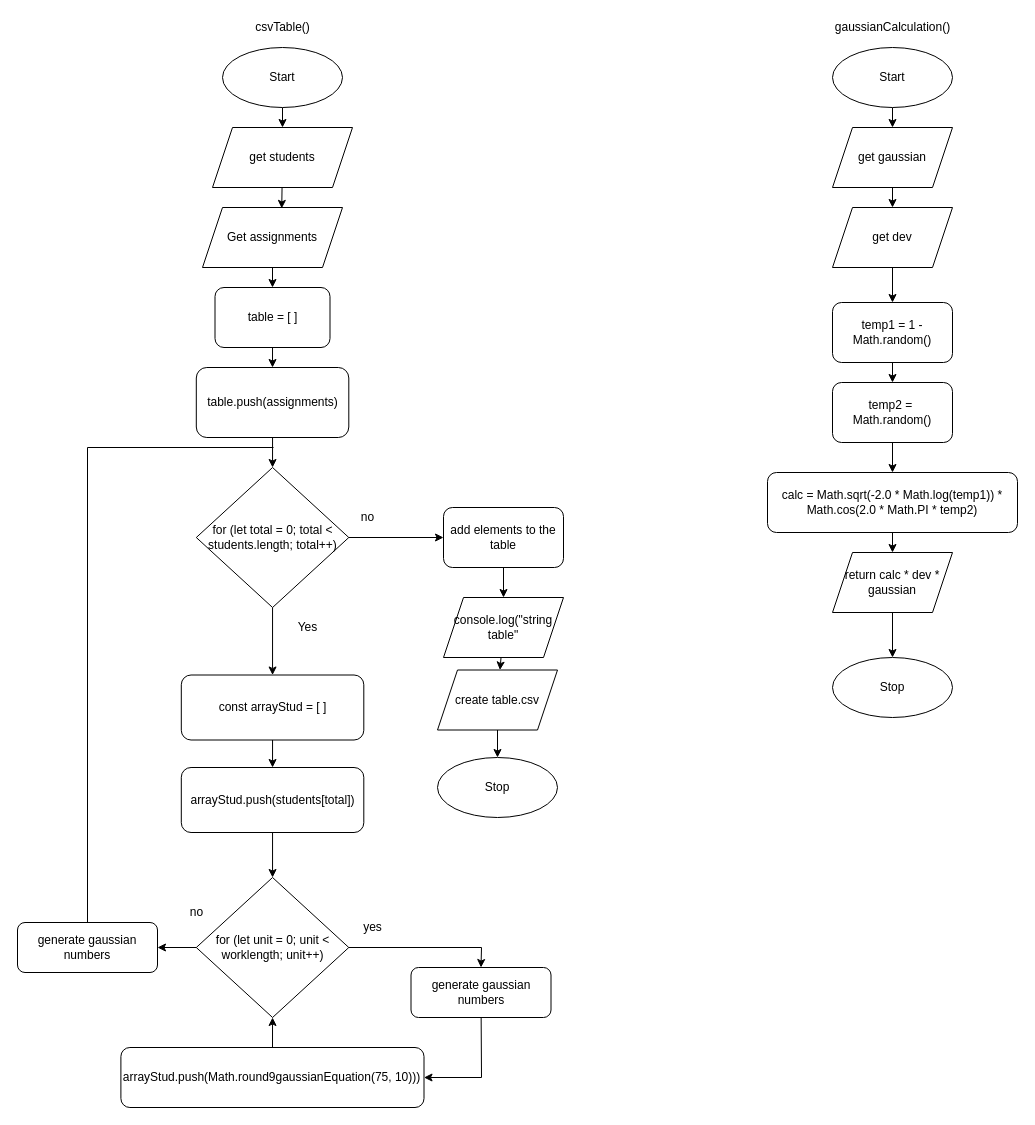
devin-jhu/ics4u-unit1-07-typescript keeps this draw.io diagram as flow.drawio. Above is the earlier version. Source tidied: cells renumbered, new cells numbered last; positions are measured from the earlier drawing's top-left corner, leaving out a move shared by most shapes. Both pictures are drawn from the tidied source at 100%, with x=0, y=0 at pixel (17, 17).
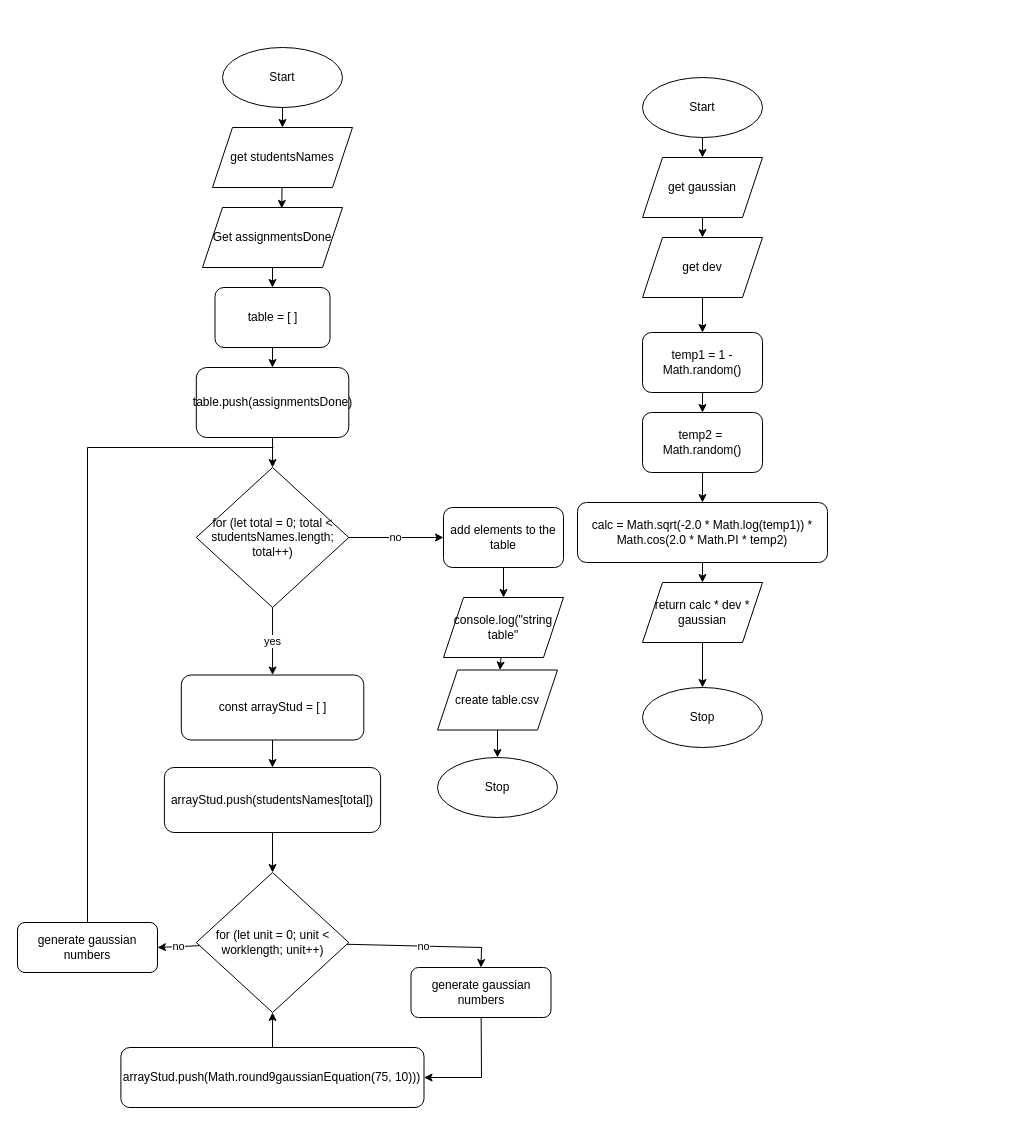
The same diagram, later.

Unchanged cells that the change refers to:
```xml
<mxCell id="16" value="const arrayStud = [ ]" style="rounded=1;whiteSpace=wrap;html=1;" parent="1" vertex="1">
  <mxGeometry x="163.8" y="657.5" width="182.5" height="65" as="geometry" />
</mxCell>
<mxCell id="44" value="generate gaussian numbers" style="rounded=1;whiteSpace=wrap;html=1;" parent="1" vertex="1">
  <mxGeometry x="393.5" y="950" width="140" height="50" as="geometry" />
</mxCell>
<mxCell id="46" value="add elements to the table" style="rounded=1;whiteSpace=wrap;html=1;" parent="1" vertex="1">
  <mxGeometry x="426" y="490" width="120" height="60" as="geometry" />
</mxCell>
<mxCell id="55" value="generate gaussian numbers" style="rounded=1;whiteSpace=wrap;html=1;" parent="1" vertex="1">
  <mxGeometry y="905" width="140" height="50" as="geometry" />
</mxCell>
```

The edit, as a diff of the source:
```diff
@@
-    <mxCell id="5" value="get students" style="shape=parallelogram;perimeter=parallelogramPerimeter;whiteSpace=wrap;html=1;fixedSize=1;" parent="1" vertex="1">
+    <mxCell id="5" value="get studentsNames" style="shape=parallelogram;perimeter=parallelogramPerimeter;whiteSpace=wrap;html=1;fixedSize=1;" parent="1" vertex="1">
       <mxGeometry x="195" y="110" width="140" height="60" as="geometry" />
     </mxCell>
@@
-    <mxCell id="7" value="Get assignments" style="shape=parallelogram;perimeter=parallelogramPerimeter;whiteSpace=wrap;html=1;fixedSize=1;" parent="1" vertex="1">
+    <mxCell id="7" value="Get assignmentsDone" style="shape=parallelogram;perimeter=parallelogramPerimeter;whiteSpace=wrap;html=1;fixedSize=1;" parent="1" vertex="1">
       <mxGeometry x="185" y="190" width="140" height="60" as="geometry" />
     </mxCell>
@@
-    <mxCell id="11" style="edgeStyle=none;html=1;entryX=0.5;entryY=0;entryDx=0;entryDy=0;" parent="1" edge="1" source="13" target="16">
+    <mxCell id="11" value="yes" style="edgeStyle=none;html=1;entryX=0.5;entryY=0;entryDx=0;entryDy=0;" parent="1" edge="1" source="13" target="16">
       <mxGeometry relative="1" as="geometry" />
     </mxCell>
-    <mxCell id="12" style="edgeStyle=none;rounded=0;html=1;" parent="1" edge="1" source="13" target="46">
+    <mxCell id="12" value="no" style="edgeStyle=none;rounded=0;html=1;" parent="1" edge="1" source="13" target="46">
       <mxGeometry relative="1" as="geometry" />
     </mxCell>
-    <mxCell id="13" value="for (let total = 0; total &amp;lt; students.length; total++)" style="rhombus;whiteSpace=wrap;html=1;" parent="1" vertex="1">
+    <mxCell id="13" value="for (let total = 0; total &amp;lt; studentsNames.length; total++)" style="rhombus;whiteSpace=wrap;html=1;" parent="1" vertex="1">
       <mxGeometry x="178.8" y="450" width="152.5" height="140" as="geometry" />
     </mxCell>
-    <mxCell id="14" value="Yes" style="text;html=1;align=center;verticalAlign=middle;strokeColor=none;fillColor=none;" parent="1" vertex="1">
-      <mxGeometry x="270" y="600" width="40" height="20" as="geometry" />
-    </mxCell>
@@
     <mxCell id="18" value="Start" style="ellipse;whiteSpace=wrap;html=1;" parent="1" vertex="1">
-      <mxGeometry x="815" y="30" width="120" height="60" as="geometry" />
+      <mxGeometry x="625" y="60" width="120" height="60" as="geometry" />
     </mxCell>
     <mxCell id="19" value="Stop" style="ellipse;whiteSpace=wrap;html=1;" parent="1" vertex="1">
-      <mxGeometry x="815" y="640" width="120" height="60" as="geometry" />
+      <mxGeometry x="625" y="670" width="120" height="60" as="geometry" />
     </mxCell>
@@
     <mxCell id="21" value="temp1 = 1 - Math.random()" style="rounded=1;whiteSpace=wrap;html=1;" parent="1" vertex="1">
-      <mxGeometry x="815" y="285" width="120" height="60" as="geometry" />
+      <mxGeometry x="625" y="315" width="120" height="60" as="geometry" />
     </mxCell>
@@
     <mxCell id="23" value="temp2 =&amp;nbsp; Math.random()" style="rounded=1;whiteSpace=wrap;html=1;" parent="1" vertex="1">
-      <mxGeometry x="815" y="365" width="120" height="60" as="geometry" />
+      <mxGeometry x="625" y="395" width="120" height="60" as="geometry" />
     </mxCell>
@@
     <mxCell id="25" value="calc = Math.sqrt(-2.0 * Math.log(temp1)) * Math.cos(2.0 * Math.PI * temp2)" style="rounded=1;whiteSpace=wrap;html=1;" parent="1" vertex="1">
-      <mxGeometry x="750" y="455" width="250" height="60" as="geometry" />
+      <mxGeometry x="560" y="485" width="250" height="60" as="geometry" />
     </mxCell>
@@
     <mxCell id="27" value="return calc * dev * gaussian" style="shape=parallelogram;perimeter=parallelogramPerimeter;whiteSpace=wrap;html=1;fixedSize=1;" parent="1" vertex="1">
-      <mxGeometry x="815" y="535" width="120" height="60" as="geometry" />
+      <mxGeometry x="625" y="565" width="120" height="60" as="geometry" />
     </mxCell>
@@
     <mxCell id="29" value="get gaussian" style="shape=parallelogram;perimeter=parallelogramPerimeter;whiteSpace=wrap;html=1;fixedSize=1;" parent="1" vertex="1">
-      <mxGeometry x="815" y="110" width="120" height="60" as="geometry" />
+      <mxGeometry x="625" y="140" width="120" height="60" as="geometry" />
     </mxCell>
@@
     <mxCell id="31" value="get dev" style="shape=parallelogram;perimeter=parallelogramPerimeter;whiteSpace=wrap;html=1;fixedSize=1;" parent="1" vertex="1">
-      <mxGeometry x="815" y="190" width="120" height="60" as="geometry" />
+      <mxGeometry x="625" y="220" width="120" height="60" as="geometry" />
     </mxCell>
@@
-    <mxCell id="33" value="table.push(assignments)" style="rounded=1;whiteSpace=wrap;html=1;" parent="1" vertex="1">
+    <mxCell id="33" value="table.push(assignmentsDone)" style="rounded=1;whiteSpace=wrap;html=1;" parent="1" vertex="1">
       <mxGeometry x="178.8" y="350" width="152.5" height="70" as="geometry" />
     </mxCell>
@@
-    <mxCell id="35" value="arrayStud.push(students[total])" style="rounded=1;whiteSpace=wrap;html=1;" parent="1" vertex="1">
-      <mxGeometry x="163.8" y="750" width="182.5" height="65" as="geometry" />
+    <mxCell id="35" value="arrayStud.push(studentsNames[total])" style="rounded=1;whiteSpace=wrap;html=1;" parent="1" vertex="1">
+      <mxGeometry x="146.9" y="750" width="216.2" height="65" as="geometry" />
     </mxCell>
-    <mxCell id="36" style="edgeStyle=none;html=1;entryX=0.5;entryY=0;entryDx=0;entryDy=0;rounded=0;" parent="1" edge="1" source="38" target="44">
+    <mxCell id="36" value="no" style="edgeStyle=none;html=1;entryX=0.5;entryY=0;entryDx=0;entryDy=0;rounded=0;" parent="1" edge="1" source="38" target="44">
       <mxGeometry relative="1" as="geometry">
         <Array as="points">
           <mxPoint x="464" y="930" />
         </Array>
       </mxGeometry>
     </mxCell>
-    <mxCell id="37" style="edgeStyle=none;rounded=0;html=1;entryX=1;entryY=0.5;entryDx=0;entryDy=0;" parent="1" edge="1" source="38" target="55">
-      <mxGeometry relative="1" as="geometry" />
+    <mxCell id="37" value="no" style="edgeStyle=none;rounded=0;html=1;entryX=1;entryY=0.5;entryDx=0;entryDy=0;" parent="1" edge="1" source="38">
+      <mxGeometry relative="1" as="geometry">
+        <mxPoint x="140" y="930" as="targetPoint" />
+      </mxGeometry>
     </mxCell>
     <mxCell id="38" value="for (let unit = 0; unit &amp;lt; worklength; unit++)" style="rhombus;whiteSpace=wrap;html=1;" parent="1" vertex="1">
-      <mxGeometry x="178.8" y="860" width="152.5" height="140" as="geometry" />
+      <mxGeometry x="178.8" y="855" width="152.5" height="140" as="geometry" />
     </mxCell>
@@
-    <mxCell id="41" value="gaussianCalculation()" style="text;html=1;align=center;verticalAlign=middle;strokeColor=none;fillColor=none;" parent="1" vertex="1">
-      <mxGeometry x="805" width="140" height="20" as="geometry" />
-    </mxCell>
-    <mxCell id="42" value="csvTable()" style="text;html=1;align=center;verticalAlign=middle;strokeColor=none;fillColor=none;" parent="1" vertex="1">
-      <mxGeometry x="230" width="70" height="20" as="geometry" />
-    </mxCell>
@@
-    <mxCell id="51" value="no" style="text;html=1;align=center;verticalAlign=middle;strokeColor=none;fillColor=none;" parent="1" vertex="1">
-      <mxGeometry x="335" y="490" width="30" height="20" as="geometry" />
-    </mxCell>
-    <mxCell id="52" value="yes" style="text;html=1;align=center;verticalAlign=middle;strokeColor=none;fillColor=none;" parent="1" vertex="1">
-      <mxGeometry x="340" y="900" width="30" height="20" as="geometry" />
-    </mxCell>
-    <mxCell id="53" value="no" style="text;html=1;align=center;verticalAlign=middle;strokeColor=none;fillColor=none;" parent="1" vertex="1">
-      <mxGeometry x="163.8" y="885" width="30" height="20" as="geometry" />
-    </mxCell>
-    <mxCell id="54" style="edgeStyle=none;rounded=0;html=1;endArrow=none;endFill=0;" parent="1" edge="1" source="55">
+    <mxCell id="54" style="edgeStyle=none;rounded=0;html=1;endArrow=none;endFill=0;" parent="1" edge="1">
       <mxGeometry relative="1" as="geometry">
+        <mxPoint x="70" y="905" as="sourcePoint" />
         <mxPoint x="256" y="430" as="targetPoint" />
         <Array as="points">
           <mxPoint x="70" y="430" />
         </Array>
       </mxGeometry>
     </mxCell>
```
